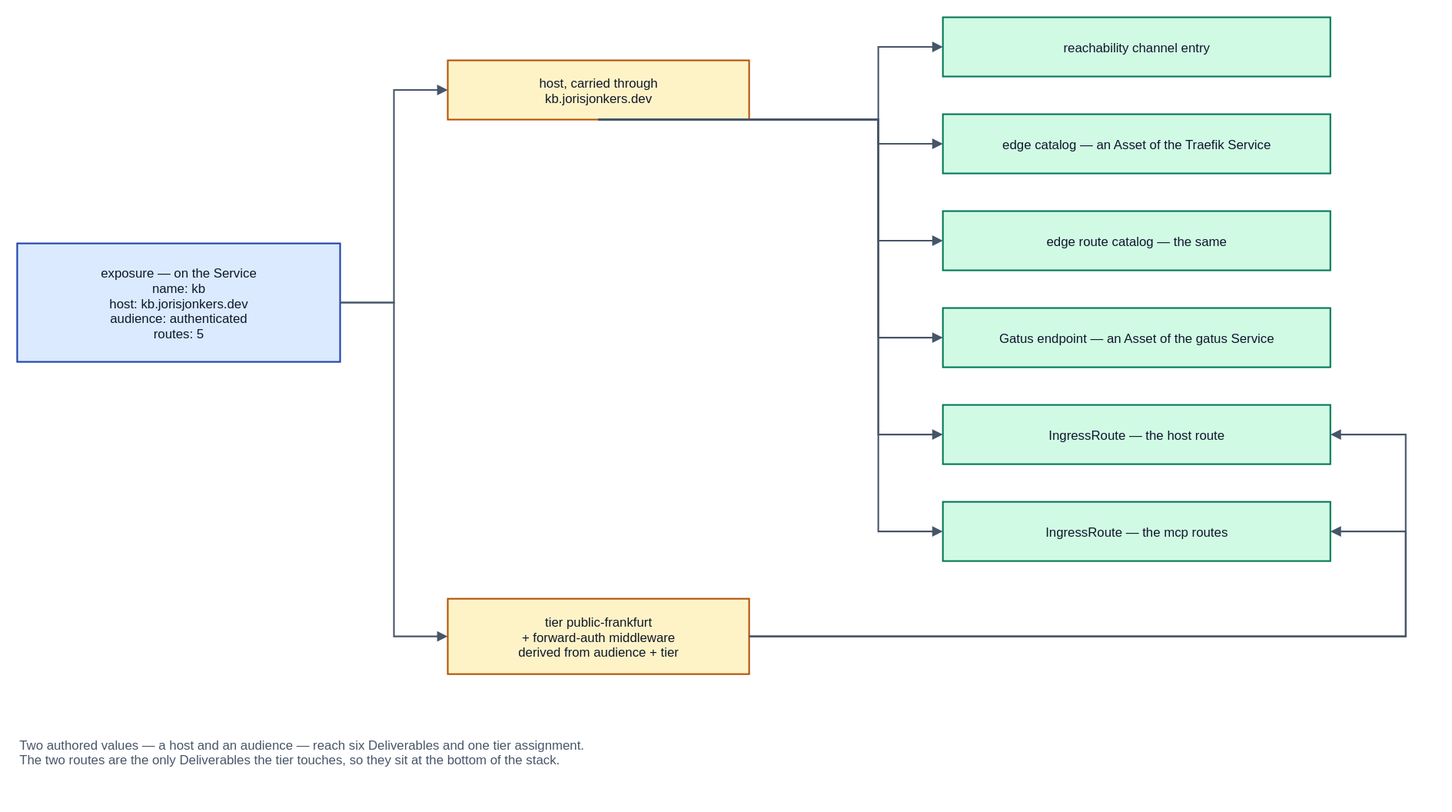
JorisJonkers-dev/deploy-kit keeps this draw.io diagram as spec/v1/diagrams/16-exposure-trace.drawio.svg. Above is the earlier version. Source tidied: cells renumbered, new cells last; positions are measured from the earlier drawing's top-left corner, leaving out a move shared by most shapes.
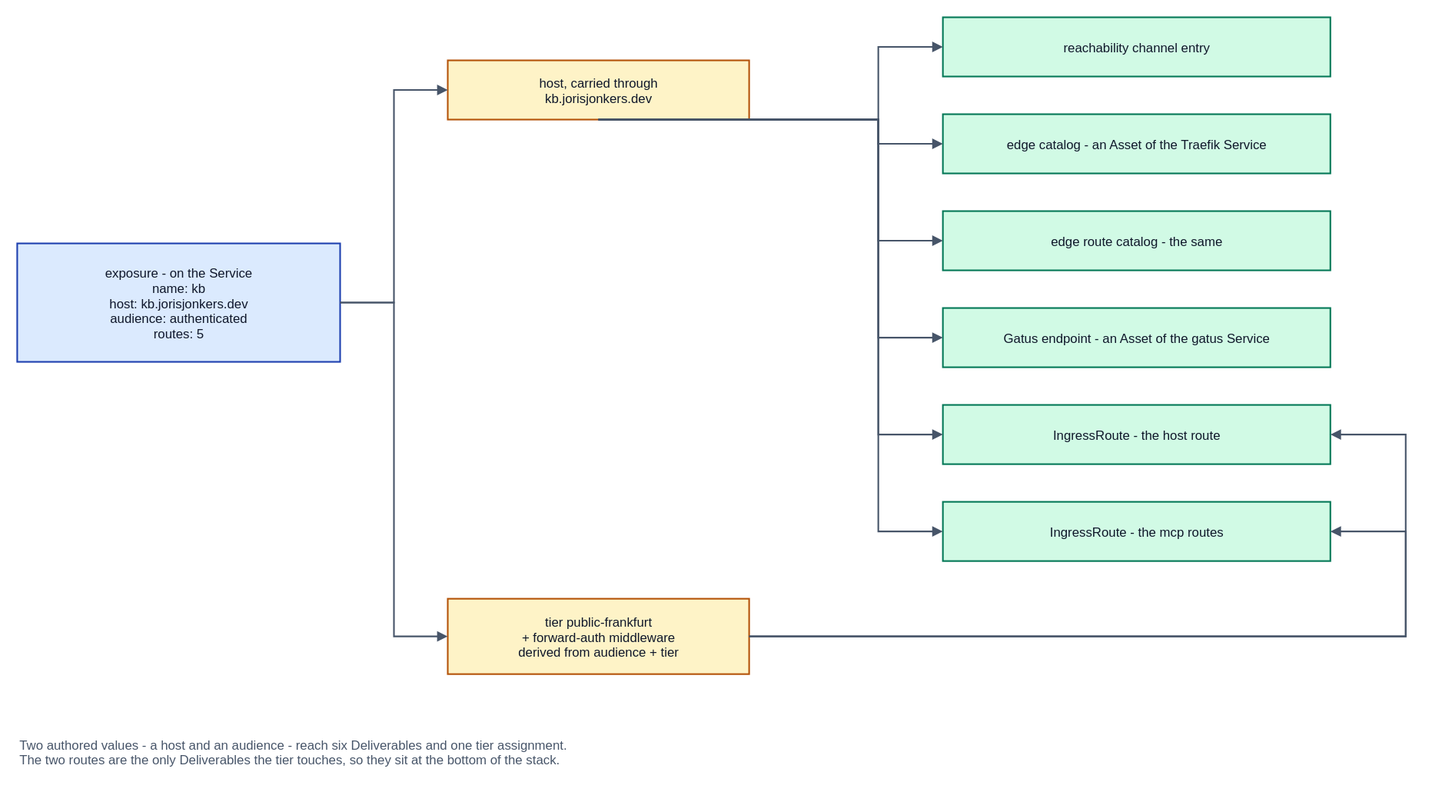
After the change.

What changed in the source:
```diff
@@ -2,7 +2,7 @@
   <root>
     <mxCell id="0" />
     <mxCell id="1" parent="0" />
-    <mxCell id="2" value="exposure  —  on the Service&#10;name: kb&#10;host: kb.jorisjonkers.dev&#10;audience: authenticated&#10;routes: 5" style="rounded=0;whiteSpace=nowrap;html=0;align=center;verticalAlign=middle;fillColor=#dbeafe;strokeColor=#1e40af;strokeWidth=1.5;fontFamily=Helvetica;fontSize=12;fontColor=#0f172a;" parent="1" vertex="1">
+    <mxCell id="2" value="exposure - on the Service&#10;name: kb&#10;host: kb.jorisjonkers.dev&#10;audience: authenticated&#10;routes: 5" style="rounded=0;whiteSpace=nowrap;html=0;align=center;verticalAlign=middle;fillColor=#dbeafe;strokeColor=#1e40af;strokeWidth=1.5;fontFamily=Helvetica;fontSize=12;fontColor=#0f172a;" parent="1" vertex="1">
       <mxGeometry y="210" width="300" height="110" as="geometry" />
     </mxCell>
     <mxCell id="3" value="host, carried through&#10;kb.jorisjonkers.dev" style="rounded=0;whiteSpace=nowrap;html=0;align=center;verticalAlign=middle;fillColor=#fef3c7;strokeColor=#b45309;strokeWidth=1.5;fontFamily=Helvetica;fontSize=12;fontColor=#0f172a;" parent="1" vertex="1">
@@ -14,19 +14,19 @@
     <mxCell id="5" value="reachability channel entry" style="rounded=0;whiteSpace=nowrap;html=0;align=center;verticalAlign=middle;fillColor=#d1fae5;strokeColor=#047857;strokeWidth=1.5;fontFamily=Helvetica;fontSize=12;fontColor=#0f172a;" parent="1" vertex="1">
       <mxGeometry x="860" width="360" height="55" as="geometry" />
     </mxCell>
-    <mxCell id="6" value="edge catalog  —  an Asset of the Traefik Service" style="rounded=0;whiteSpace=nowrap;html=0;align=center;verticalAlign=middle;fillColor=#d1fae5;strokeColor=#047857;strokeWidth=1.5;fontFamily=Helvetica;fontSize=12;fontColor=#0f172a;" parent="1" vertex="1">
+    <mxCell id="6" value="edge catalog - an Asset of the Traefik Service" style="rounded=0;whiteSpace=nowrap;html=0;align=center;verticalAlign=middle;fillColor=#d1fae5;strokeColor=#047857;strokeWidth=1.5;fontFamily=Helvetica;fontSize=12;fontColor=#0f172a;" parent="1" vertex="1">
       <mxGeometry x="860" y="90" width="360" height="55" as="geometry" />
     </mxCell>
-    <mxCell id="7" value="edge route catalog  —  the same" style="rounded=0;whiteSpace=nowrap;html=0;align=center;verticalAlign=middle;fillColor=#d1fae5;strokeColor=#047857;strokeWidth=1.5;fontFamily=Helvetica;fontSize=12;fontColor=#0f172a;" parent="1" vertex="1">
+    <mxCell id="7" value="edge route catalog - the same" style="rounded=0;whiteSpace=nowrap;html=0;align=center;verticalAlign=middle;fillColor=#d1fae5;strokeColor=#047857;strokeWidth=1.5;fontFamily=Helvetica;fontSize=12;fontColor=#0f172a;" parent="1" vertex="1">
       <mxGeometry x="860" y="180" width="360" height="55" as="geometry" />
     </mxCell>
-    <mxCell id="8" value="Gatus endpoint  —  an Asset of the gatus Service" style="rounded=0;whiteSpace=nowrap;html=0;align=center;verticalAlign=middle;fillColor=#d1fae5;strokeColor=#047857;strokeWidth=1.5;fontFamily=Helvetica;fontSize=12;fontColor=#0f172a;" parent="1" vertex="1">
+    <mxCell id="8" value="Gatus endpoint - an Asset of the gatus Service" style="rounded=0;whiteSpace=nowrap;html=0;align=center;verticalAlign=middle;fillColor=#d1fae5;strokeColor=#047857;strokeWidth=1.5;fontFamily=Helvetica;fontSize=12;fontColor=#0f172a;" parent="1" vertex="1">
       <mxGeometry x="860" y="270" width="360" height="55" as="geometry" />
     </mxCell>
-    <mxCell id="9" value="IngressRoute  —  the host route" style="rounded=0;whiteSpace=nowrap;html=0;align=center;verticalAlign=middle;fillColor=#d1fae5;strokeColor=#047857;strokeWidth=1.5;fontFamily=Helvetica;fontSize=12;fontColor=#0f172a;" parent="1" vertex="1">
+    <mxCell id="9" value="IngressRoute - the host route" style="rounded=0;whiteSpace=nowrap;html=0;align=center;verticalAlign=middle;fillColor=#d1fae5;strokeColor=#047857;strokeWidth=1.5;fontFamily=Helvetica;fontSize=12;fontColor=#0f172a;" parent="1" vertex="1">
       <mxGeometry x="860" y="360" width="360" height="55" as="geometry" />
     </mxCell>
-    <mxCell id="10" value="IngressRoute  —  the mcp routes" style="rounded=0;whiteSpace=nowrap;html=0;align=center;verticalAlign=middle;fillColor=#d1fae5;strokeColor=#047857;strokeWidth=1.5;fontFamily=Helvetica;fontSize=12;fontColor=#0f172a;" parent="1" vertex="1">
+    <mxCell id="10" value="IngressRoute - the mcp routes" style="rounded=0;whiteSpace=nowrap;html=0;align=center;verticalAlign=middle;fillColor=#d1fae5;strokeColor=#047857;strokeWidth=1.5;fontFamily=Helvetica;fontSize=12;fontColor=#0f172a;" parent="1" vertex="1">
       <mxGeometry x="860" y="450" width="360" height="55" as="geometry" />
     </mxCell>
     <mxCell id="11" style="edgeStyle=orthogonalEdgeStyle;rounded=0;html=0;jettySize=auto;jumpStyle=arc;jumpSize=8;endArrow=block;endFill=1;strokeColor=#475569;strokeWidth=1.5;fontSize=11;fontFamily=Helvetica;labelBackgroundColor=#ffffff;exitX=1;exitY=0.5;exitDx=0;exitDy=0;entryX=0;entryY=0.5;entryDx=0;entryDy=0;" parent="1" edge="1" source="2" target="3">
@@ -103,7 +103,7 @@
         </Array>
       </mxGeometry>
     </mxCell>
-    <mxCell id="21" value="Two authored values  —  a host and an audience  —  reach six Deliverables and one tier assignment.&#10;The two routes are the only Deliverables the tier touches, so they sit at the bottom of the stack." style="text;html=0;strokeColor=none;fillColor=none;align=left;verticalAlign=middle;fontFamily=Helvetica;fontSize=12;fontColor=#475569;" parent="1" vertex="1">
+    <mxCell id="21" value="Two authored values - a host and an audience - reach six Deliverables and one tier assignment.&#10;The two routes are the only Deliverables the tier touches, so they sit at the bottom of the stack." style="text;html=0;strokeColor=none;fillColor=none;align=left;verticalAlign=middle;fontFamily=Helvetica;fontSize=12;fontColor=#475569;" parent="1" vertex="1">
       <mxGeometry y="660" width="800" height="44" as="geometry" />
     </mxCell>
   </root>
```
